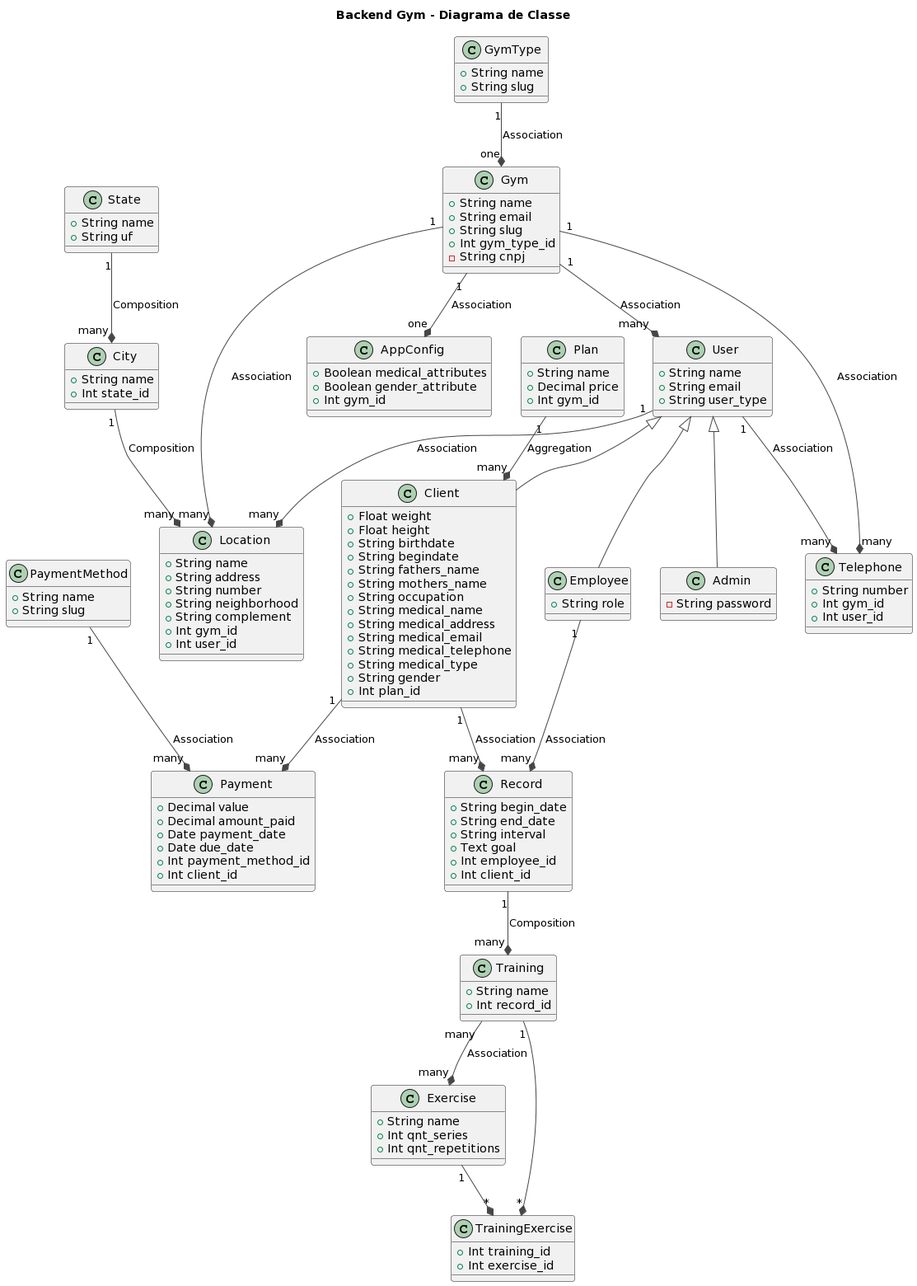
Luiz-Bernardes/backend-gym keeps this PlantUML diagram as docs/class_diagram.png. Above is the earlier version.
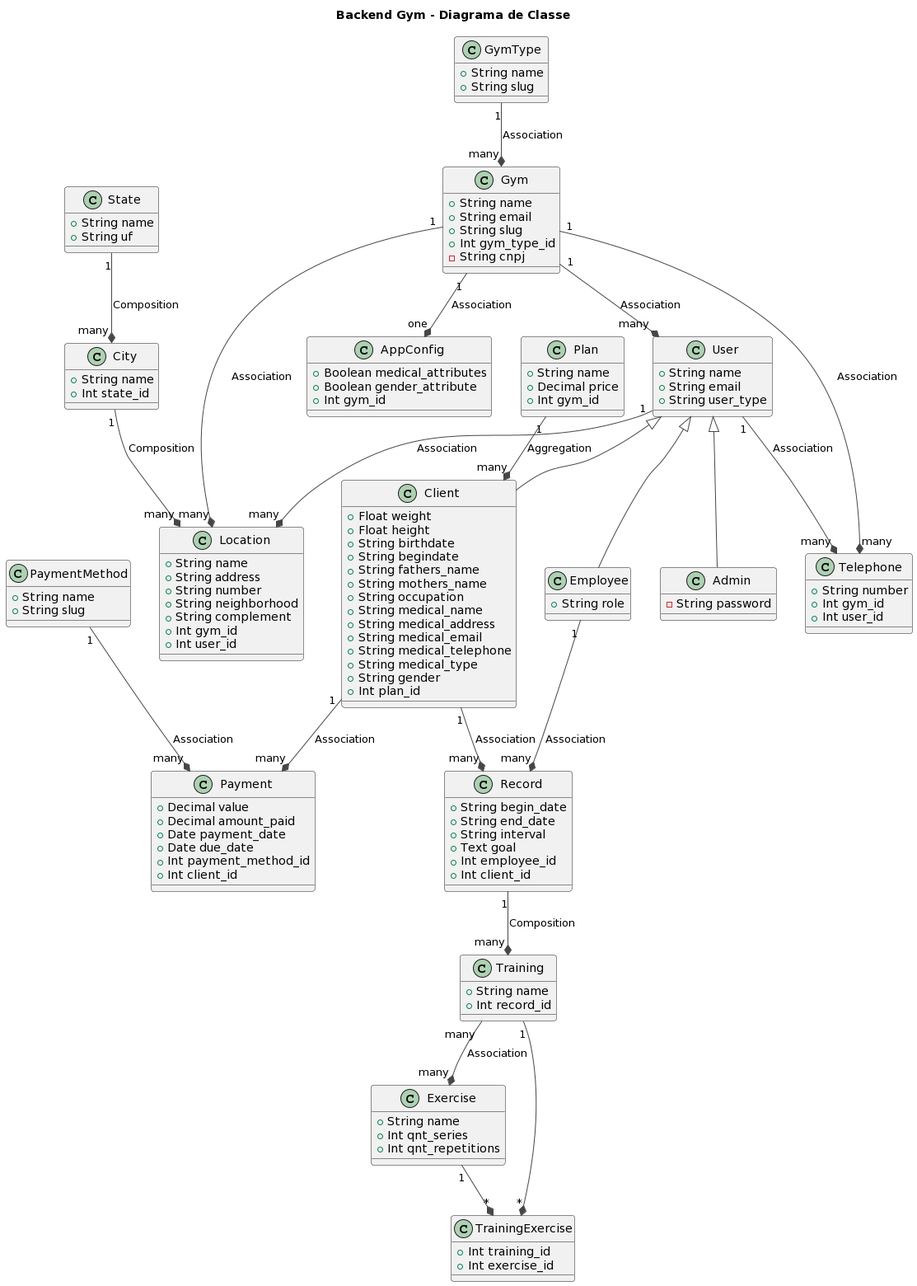
After the change.

Change to the diagram source:
```diff
@@ -128,7 +128,7 @@
 
 
 User "many" *-up- "1" Gym: Association
-Gym "one" *-up- "1" GymType: Association
+Gym "many" *-up- "1" GymType: Association
 AppConfig "one" *-up- "1" Gym: Association
 Telephone "many" *-up- "1" Gym: Association
 Location "many" *-up- "1" Gym: Association
```
